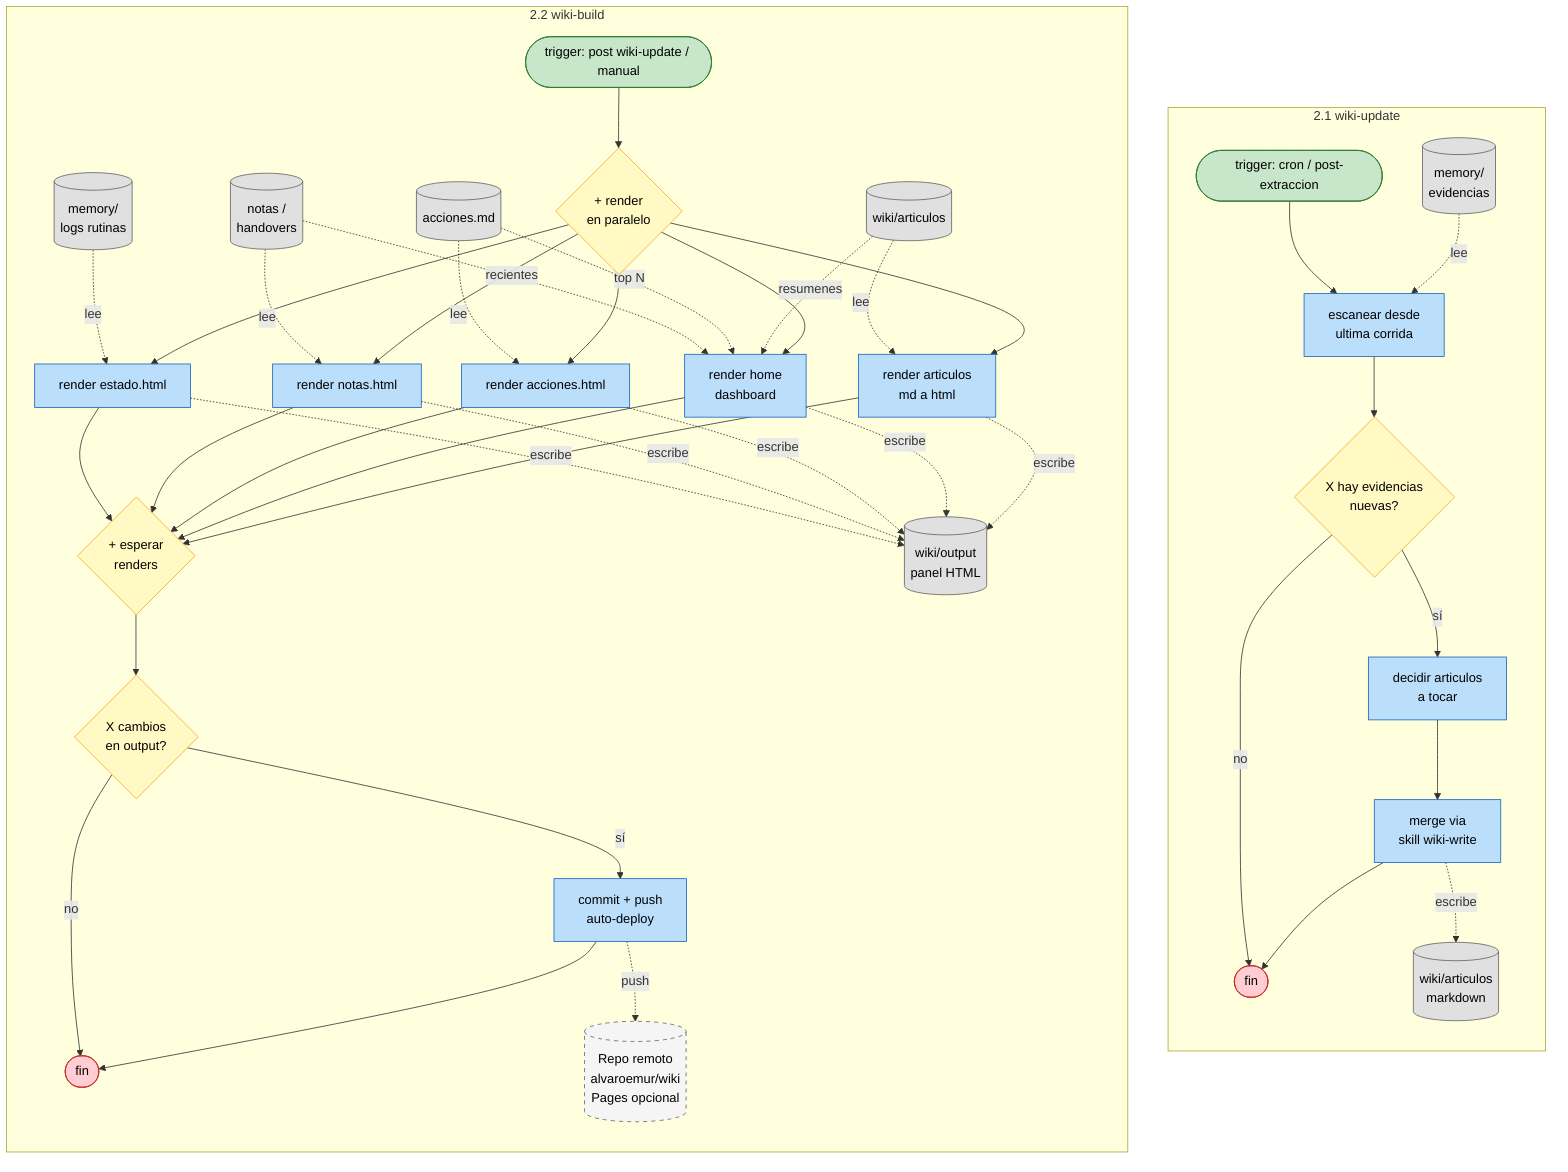
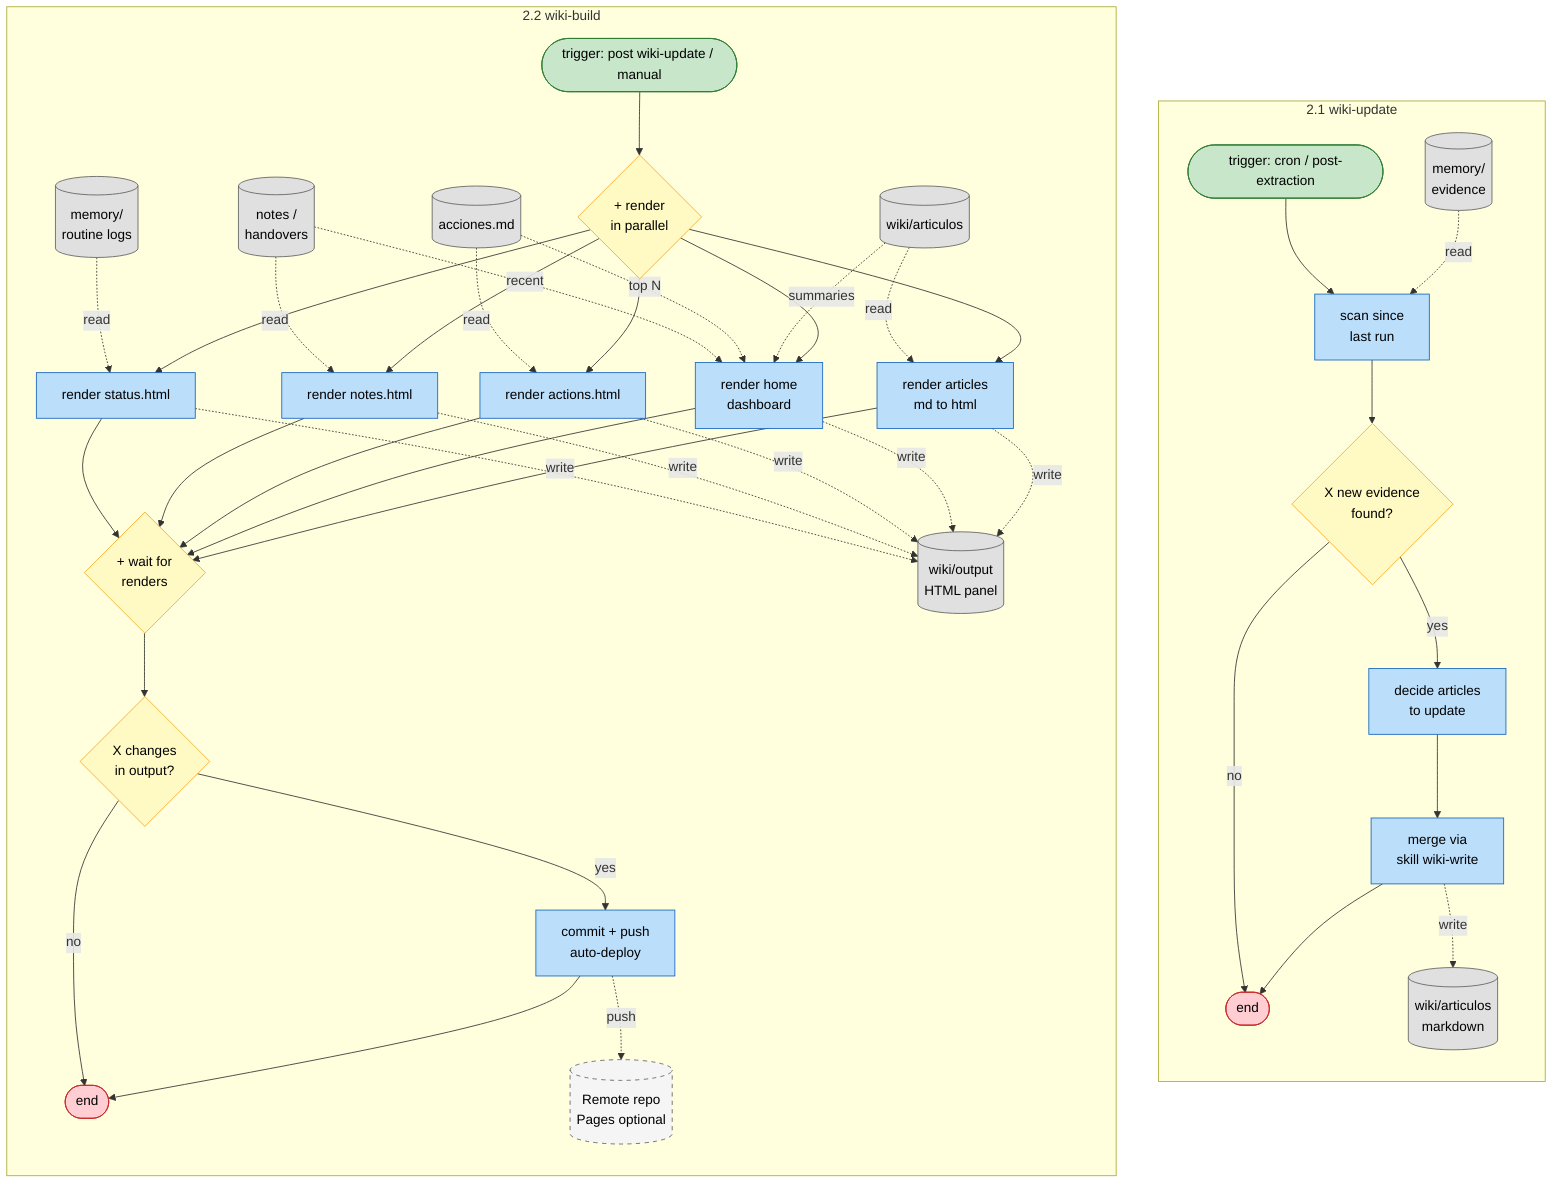
flowchart TB

- %% Modulo 2 - Transformacion / Carga / Presentacion (flowchart nivel 2)
- %% Leyenda:
- %%   [paso]            proceso
- %%   {X condicion?}    gateway exclusivo - una rama
- %%   {+ paralelo}      gateway paralelo - fork/join todas las ramas
- %%   {O opcion}        gateway inclusivo - una o mas ramas
- %%   ([trigger])       inicio/fin
- %%   [(store)]         data store persistente interno
- %%   [(store)] dashed  data store persistente externo (Gmail, GitHub, etc.)
- %%   [/evento/]        evento o mensaje transitorio (one-shot)
- %%   -->               flujo de control (orden de ejecucion)
- %%   -.->              flujo de datos (lectura o escritura)
+ %% Module 2 - Transformation / Load / Presentation (level 2 flowchart)
+ %% Legend:
+ %%   [step]            process
+ %%   {X condition?}    exclusive gateway - one branch
+ %%   {+ parallel}      parallel gateway - fork/join all branches
+ %%   {O option}        inclusive gateway - one or more branches
+ %%   ([trigger])       start/end
+ %%   [(store)]         persistent internal data store
+ %%   [(store)] dashed  persistent external data store (Gmail, GitHub, etc.)
+ %%   [/event/]         transient event or message (one-shot)
+ %%   -->               control flow (execution order)
+ %%   -.->              data flow (read or write)

    %% --- 2.1 wiki-update ---
    subgraph S1[" 2.1 wiki-update "]
        direction TB
-         T1([trigger: cron / post-extraccion])
-         SC1[escanear desde<br/>ultima corrida]
-         D1{"X hay evidencias<br/>nuevas?"}
-         DEC1[decidir articulos<br/>a tocar]
+         T1([trigger: cron / post-extraction])
+         SC1[scan since<br/>last run]
+         D1{"X new evidence<br/>found?"}
+         DEC1[decide articles<br/>to update]
        ME1[merge via<br/>skill wiki-write]
-         END1([fin])
+         END1([end])

-         IN1[(memory/<br/>evidencias)]
+         IN1[(memory/<br/>evidence)]
        OUT1[(wiki/articulos<br/>markdown)]

        %% control
        T1 --> SC1 --> D1
        D1 -- no --> END1
-         D1 -- sí --> DEC1 --> ME1 --> END1
+         D1 -- yes --> DEC1 --> ME1 --> END1

-         %% datos
-         IN1 -. lee .-> SC1
-         ME1 -. escribe .-> OUT1
+         %% data
+         IN1 -. read .-> SC1
+         ME1 -. write .-> OUT1
    end

    %% --- 2.2 wiki-build ---
    subgraph S2[" 2.2 wiki-build "]
        direction TB
        T2([trigger: post wiki-update / manual])
-         FORK2{"+ render<br/>en paralelo"}
-         R2a[render articulos<br/>md a html]
+         FORK2{"+ render<br/>in parallel"}
+         R2a[render articles<br/>md to html]
        R2b[render home<br/>dashboard]
-         R2c[render acciones.html]
-         R2d[render notas.html]
-         R2e[render estado.html]
-         JOIN2{"+ esperar<br/>renders"}
-         D2{"X cambios<br/>en output?"}
+         R2c[render actions.html]
+         R2d[render notes.html]
+         R2e[render status.html]
+         JOIN2{"+ wait for<br/>renders"}
+         D2{"X changes<br/>in output?"}
        CP2[commit + push<br/>auto-deploy]
-         END2([fin])
+         END2([end])

        IN2a[(wiki/articulos)]
        IN2b[(acciones.md)]
-         IN2c[(notas /<br/>handovers)]
-         IN2d[(memory/<br/>logs rutinas)]
-         OUT2a[(wiki/output<br/>panel HTML)]
-         OUT2b[(Repo remoto<br/>alvaroemur/wiki<br/>Pages opcional)]
+         IN2c[(notes /<br/>handovers)]
+         IN2d[(memory/<br/>routine logs)]
+         OUT2a[(wiki/output<br/>HTML panel)]
+         OUT2b[(Remote repo<br/>Pages optional)]

        %% control
        T2 --> FORK2
        FORK2 --> R2a --> JOIN2
        FORK2 --> R2b --> JOIN2
        FORK2 --> R2c --> JOIN2
        FORK2 --> R2d --> JOIN2
        FORK2 --> R2e --> JOIN2
        JOIN2 --> D2
-         D2 -- sí --> CP2 --> END2
+         D2 -- yes --> CP2 --> END2
        D2 -- no --> END2

-         %% datos: entrada
-         IN2a -. lee .-> R2a
-         IN2a -. resumenes .-> R2b
+         %% data: input
+         IN2a -. read .-> R2a
+         IN2a -. summaries .-> R2b
        IN2b -. top N .-> R2b
-         IN2c -. recientes .-> R2b
-         IN2b -. lee .-> R2c
-         IN2c -. lee .-> R2d
-         IN2d -. lee .-> R2e
+         IN2c -. recent .-> R2b
+         IN2b -. read .-> R2c
+         IN2c -. read .-> R2d
+         IN2d -. read .-> R2e

-         %% datos: salida
-         R2a -. escribe .-> OUT2a
-         R2b -. escribe .-> OUT2a
-         R2c -. escribe .-> OUT2a
-         R2d -. escribe .-> OUT2a
-         R2e -. escribe .-> OUT2a
+         %% data: output
+         R2a -. write .-> OUT2a
+         R2b -. write .-> OUT2a
+         R2c -. write .-> OUT2a
+         R2d -. write .-> OUT2a
+         R2e -. write .-> OUT2a
        CP2 -. push .-> OUT2b
    end

-     %% --- estilos ---
+     %% --- styles ---
    classDef inicio    fill:#c8e6c9,stroke:#2e7d32,color:#000;
    classDef fin       fill:#ffcdd2,stroke:#c62828,color:#000;
    classDef actividad fill:#bbdefb,stroke:#1565c0,color:#000;
    classDef gateway   fill:#fff9c4,stroke:#f9a825,color:#000;
    classDef io        fill:#e0e0e0,stroke:#616161,color:#000;
    classDef ioExt     fill:#f5f5f5,stroke:#616161,stroke-dasharray:5 5,color:#000;

    class T1,T2 inicio;
    class END1,END2 fin;
    class SC1,DEC1,ME1,R2a,R2b,R2c,R2d,R2e,CP2 actividad;
    class D1,D2,FORK2,JOIN2 gateway;
    class IN1,OUT1,IN2a,IN2b,IN2c,IN2d,OUT2a io;
    class OUT2b ioExt;
